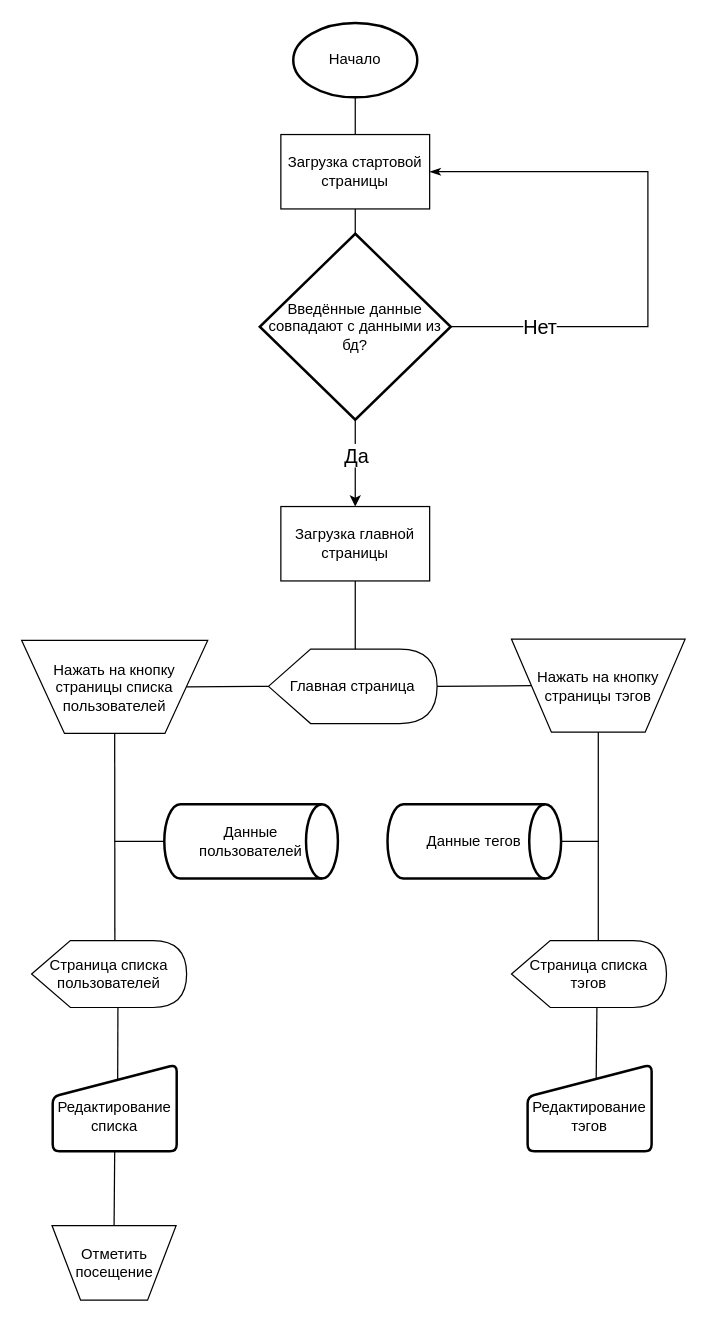
This is 2020glo1.drawio from FortunaMAKSIM/glo, a draw.io file, before an edit. Source tidied: cells renumbered, new cells numbered last; positions are measured from the earlier drawing's top-left corner, leaving out a move shared by most shapes. Both pictures are drawn from the tidied source at 124%, with x=0, y=0 at pixel (21, 22).
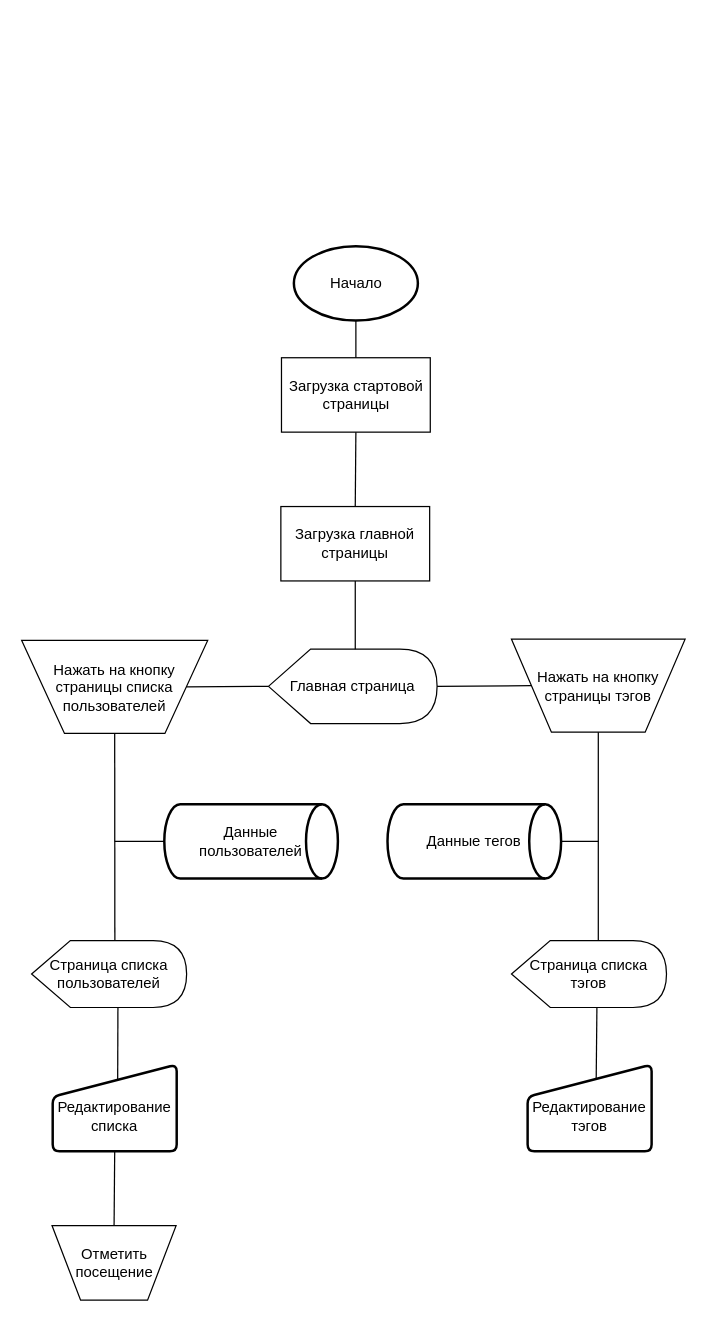
The same page after the edit.

The change refers to these unchanged cells:
```xml
<mxCell id="9" value="Загрузка главной страницы" style="rounded=0;whiteSpace=wrap;html=1;" parent="1" vertex="1">
  <mxGeometry x="209" y="390" width="120" height="60" as="geometry" />
</mxCell>
```

Diff of the diagram source:
```diff
@@
     <mxCell id="2" value="Начало" style="strokeWidth=2;html=1;shape=mxgraph.flowchart.start_1;whiteSpace=wrap;" parent="1" vertex="1">
-      <mxGeometry x="219" width="100" height="60" as="geometry" />
+      <mxGeometry x="219.5" y="180" width="100" height="60" as="geometry" />
     </mxCell>
     <mxCell id="3" value="Загрузка стартовой&lt;br&gt;страницы" style="rounded=0;whiteSpace=wrap;html=1;" parent="1" vertex="1">
-      <mxGeometry x="209" y="90" width="120" height="60" as="geometry" />
+      <mxGeometry x="209.5" y="270" width="120" height="60" as="geometry" />
     </mxCell>
@@
-    <mxCell id="5" value="Введённые данные совпадают с данными из бд?" style="strokeWidth=2;html=1;shape=mxgraph.flowchart.decision;whiteSpace=wrap;" parent="1" vertex="1">
-      <mxGeometry x="192" y="170" width="154" height="150" as="geometry" />
-    </mxCell>
-    <mxCell id="6" style="endArrow=none;html=1;rounded=0;entryX=0.5;entryY=1;entryDx=0;entryDy=0;exitX=0.5;exitY=0;exitDx=0;exitDy=0;exitPerimeter=0;" parent="1" edge="1" source="5" target="3">
+    <mxCell id="6" style="endArrow=none;html=1;rounded=0;entryX=0.5;entryY=1;entryDx=0;entryDy=0;exitX=0.5;exitY=0;exitDx=0;exitDy=0;" parent="1" edge="1" source="9" target="3">
       <mxGeometry relative="1" as="geometry" />
     </mxCell>
-    <mxCell id="7" style="endArrow=classicThin;html=1;rounded=0;exitX=1;exitY=0.5;exitDx=0;exitDy=0;exitPerimeter=0;strokeWidth=1;edgeStyle=orthogonalEdgeStyle;entryX=1;entryY=0.5;entryDx=0;entryDy=0;fontSize=16;startArrow=none;startFill=0;endFill=1;" parent="1" edge="1" source="5" target="3">
-      <mxGeometry relative="1" as="geometry">
-        <Array as="points">
-          <mxPoint x="505" y="245" />
-          <mxPoint x="505" y="120" />
-        </Array>
-      </mxGeometry>
-    </mxCell>
-    <mxCell id="8" value="Нет" style="edgeLabel;html=1;align=center;verticalAlign=middle;fontSize=16;" parent="7" vertex="1">
-      <mxGeometry x="-0.69" y="1" relative="1" as="geometry" />
-    </mxCell>
@@
-    <mxCell id="10" style="endArrow=classic;html=1;rounded=0;exitX=0.5;exitY=1;exitDx=0;exitDy=0;exitPerimeter=0;entryX=0.5;entryY=0;entryDx=0;entryDy=0;endFill=1;" parent="1" edge="1" source="5" target="9">
-      <mxGeometry relative="1" as="geometry" />
-    </mxCell>
-    <mxCell id="11" value="Да" style="edgeLabel;html=1;align=center;verticalAlign=middle;fontSize=16;" parent="10" vertex="1">
-      <mxGeometry x="-0.2" relative="1" as="geometry" />
-    </mxCell>
```
